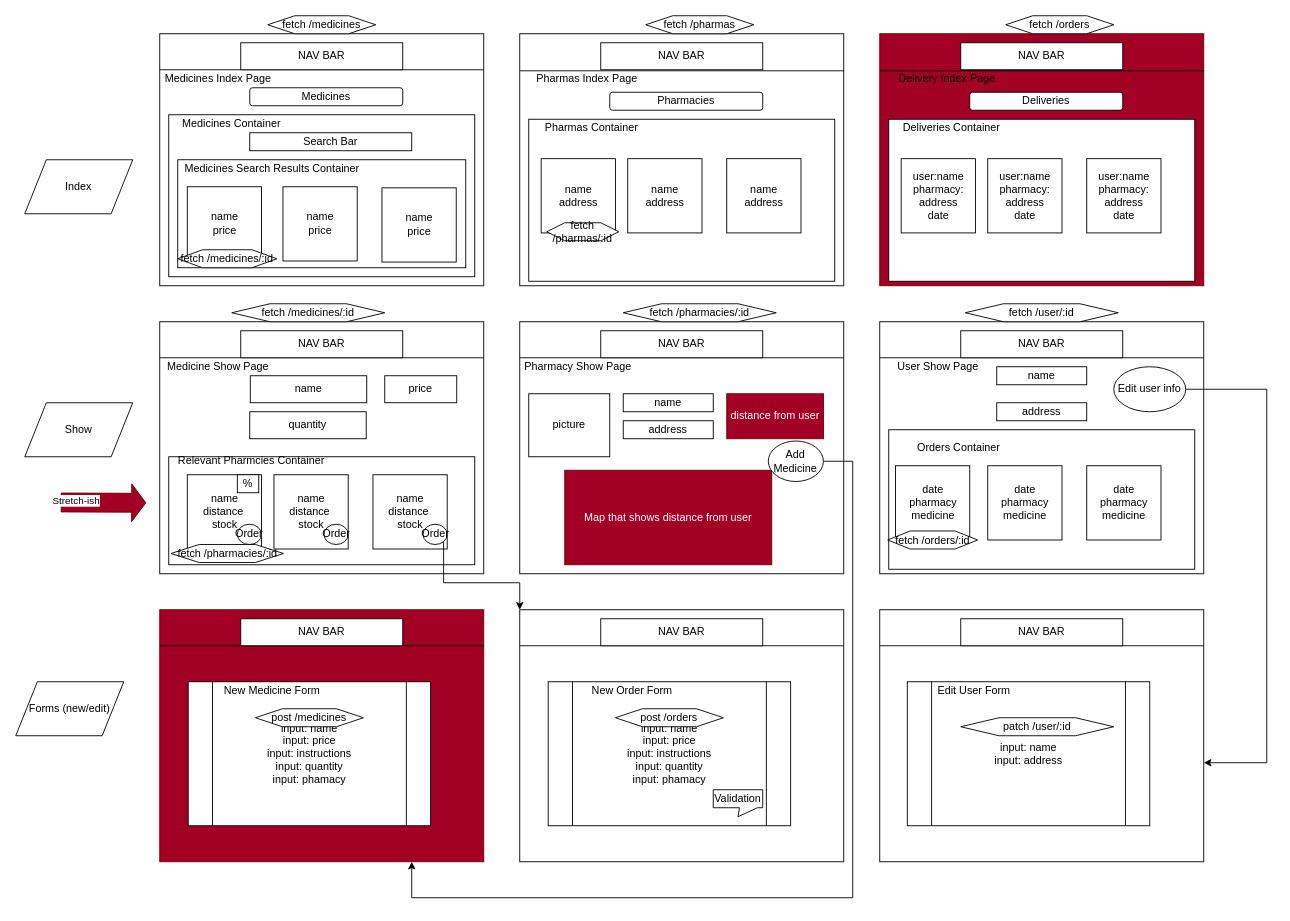
Above: wireframe.drawio in gbenga/mod5-project (draw.io), before the change. Source tidied: cells renumbered, new cells numbered last; positions are measured from the earlier drawing's top-left corner, leaving out a move shared by most shapes. Both pictures are drawn from the tidied source at 90%, with x=0, y=0 at pixel (15, 15).
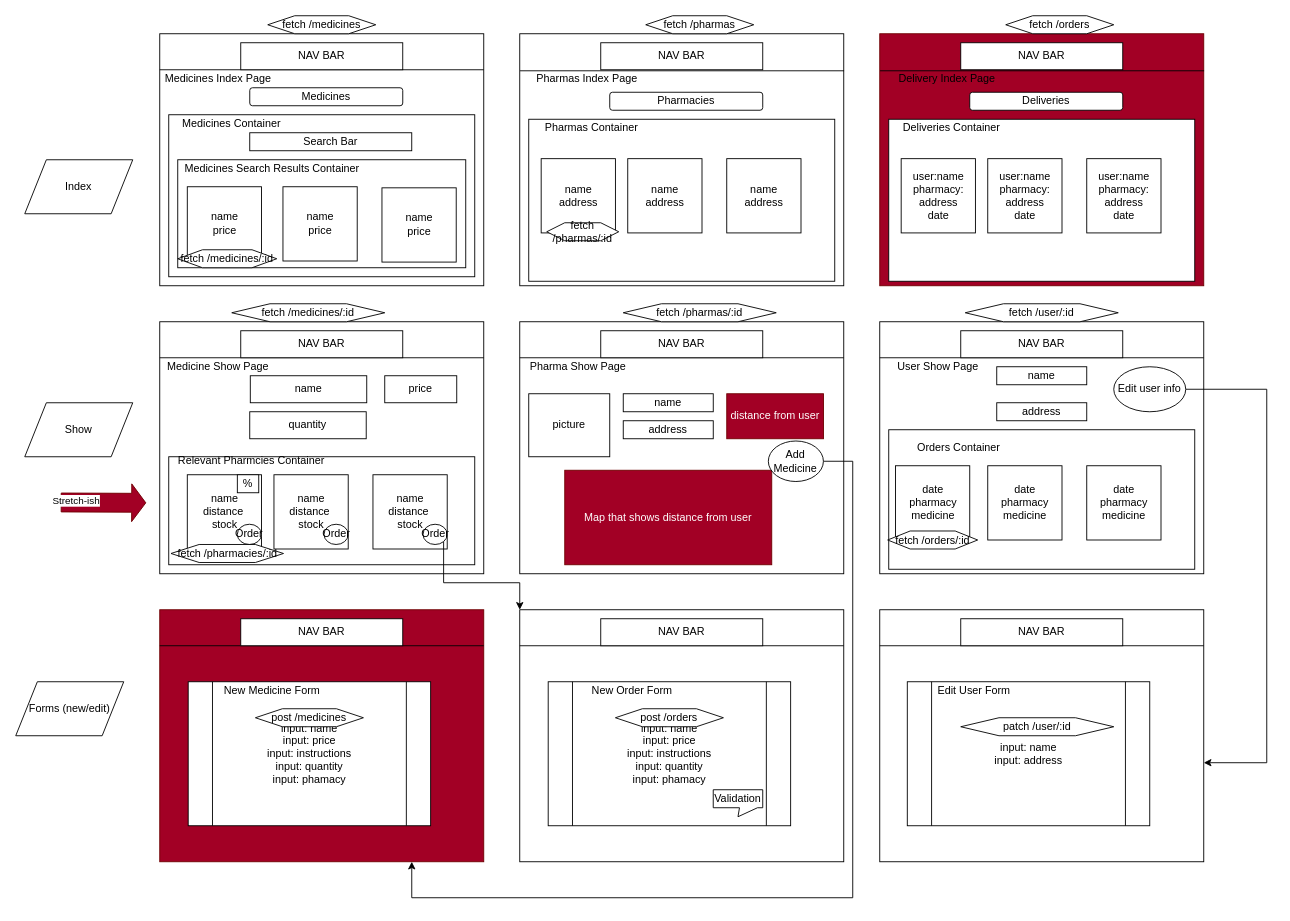
The same diagram, later.

Commit message (it also covers changes not shown here):
Create Medicine show page, add route in App and edit  fetches to take an id

Change to the diagram source:
```diff
@@
-    <mxCell id="18" value="Pharmacy Show Page" style="text;html=1;strokeColor=none;fillColor=none;align=center;verticalAlign=middle;whiteSpace=wrap;rounded=0;" parent="1" vertex="1">
+    <mxCell id="18" value="Pharma Show Page" style="text;html=1;strokeColor=none;fillColor=none;align=center;verticalAlign=middle;whiteSpace=wrap;rounded=0;" parent="1" vertex="1">
       <mxGeometry x="560" y="380" width="130" height="20" as="geometry" />
     </mxCell>
@@
-    <mxCell id="32" value="fetch /pharmacies/:id" style="shape=hexagon;perimeter=hexagonPerimeter2;whiteSpace=wrap;html=1;" parent="1" vertex="1">
+    <mxCell id="32" value="fetch /pharmas/:id" style="shape=hexagon;perimeter=hexagonPerimeter2;whiteSpace=wrap;html=1;" parent="1" vertex="1">
       <mxGeometry x="675" y="320" width="170" height="20" as="geometry" />
     </mxCell>
```
